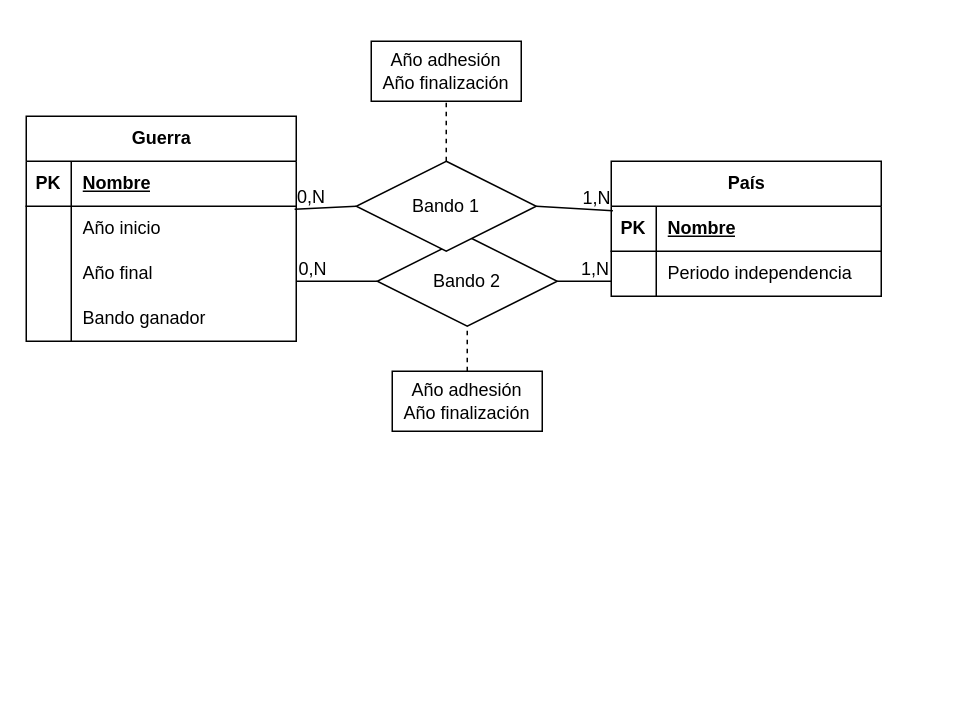
Above: Ejercicio_4_Guerras.drawio in BasementHalfStackDev/ejercicios-ud12 (draw.io), before the change. Source tidied: cells renumbered, new cells numbered last; positions are measured from the earlier drawing's top-left corner, leaving out a move shared by most shapes. Both pictures are drawn from the tidied source at 150%, with x=0, y=0 at pixel (26, 40).
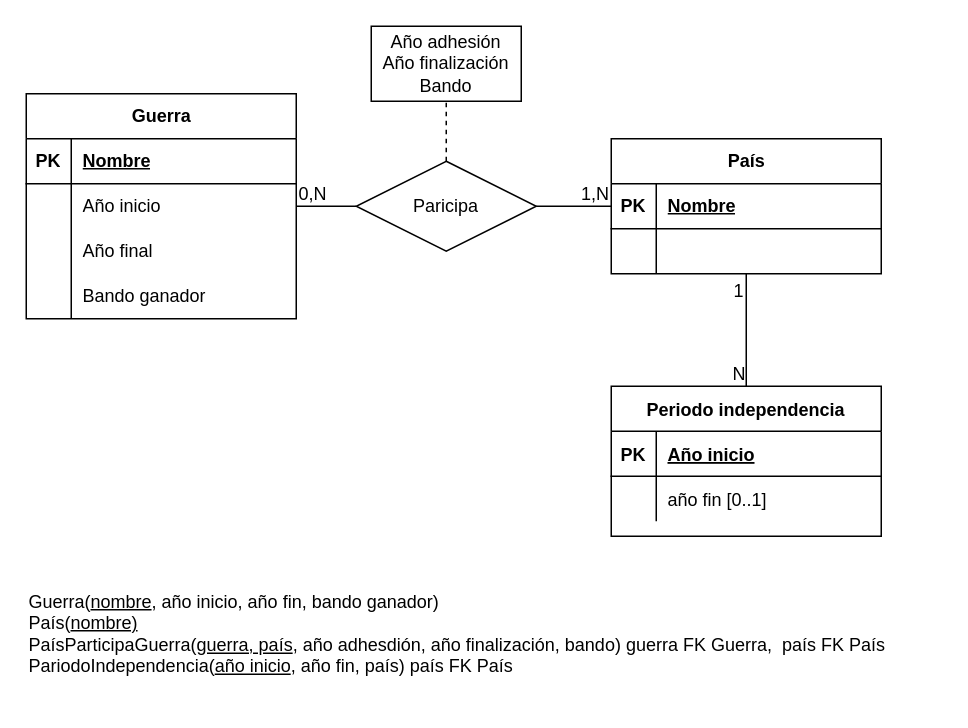
After the change.

The change refers to these unchanged cells:
```xml
<mxCell id="6" style="shape=tableRow;horizontal=0;startSize=0;swimlaneHead=0;swimlaneBody=0;fillColor=none;points=[[0,0.5],[1,0.5]];portConstraint=eastwest;top=0;left=0;right=0;bottom=0;" parent="2" vertex="1">
  <mxGeometry y="60" width="180" height="30" as="geometry" />
</mxCell>
<mxCell id="16" style="shape=tableRow;horizontal=0;startSize=0;swimlaneHead=0;swimlaneBody=0;fillColor=none;points=[[0,0.5],[1,0.5]];portConstraint=eastwest;top=0;left=0;right=0;bottom=1;" parent="15" vertex="1">
  <mxGeometry y="30" width="180" height="30" as="geometry" />
</mxCell>
<mxCell id="19" style="shape=tableRow;horizontal=0;startSize=0;swimlaneHead=0;swimlaneBody=0;fillColor=none;top=0;left=0;right=0;bottom=0;" parent="15" vertex="1">
  <mxGeometry y="60" width="180" height="30" as="geometry" />
</mxCell>
```

Change to the diagram source:
```diff
@@
     <mxCell id="2" value="Guerra" style="shape=table;startSize=30;childLayout=tableLayout;rowLines=0;fontStyle=1;align=center;html=1;" parent="1" vertex="1">
-      <mxGeometry y="50" width="180" height="150" as="geometry" />
+      <mxGeometry y="35" width="180" height="150" as="geometry" />
     </mxCell>
@@
     <mxCell id="15" value="País" style="shape=table;startSize=30;childLayout=tableLayout;rowLines=0;fontStyle=1;align=center;html=1;" parent="1" vertex="1">
-      <mxGeometry x="390" y="80" width="180" height="90" as="geometry" />
+      <mxGeometry x="390" y="65" width="180" height="90" as="geometry" />
     </mxCell>
@@
-    <mxCell id="21" value="Periodo independencia" style="shape=partialRectangle;fillColor=none;top=0;left=0;bottom=0;right=0;align=left;spacingLeft=6;overflow=hidden;whiteSpace=wrap;html=1;" parent="19" vertex="1">
+    <mxCell id="21" style="shape=partialRectangle;fillColor=none;top=0;left=0;bottom=0;right=0;align=left;spacingLeft=6;overflow=hidden;whiteSpace=wrap;html=1;" parent="19" vertex="1">
       <mxGeometry x="30" width="150" height="30" as="geometry" />
     </mxCell>
-    <mxCell id="22" style="endArrow=none;html=1;rounded=0;entryX=0.006;entryY=0.1;entryDx=0;entryDy=0;exitX=1;exitY=0.5;exitDx=0;exitDy=0;entryPerimeter=0;" parent="1" edge="1" source="31" target="16">
+    <mxCell id="22" style="endArrow=none;html=1;rounded=0;exitX=1;exitY=0.5;exitDx=0;exitDy=0;" parent="1" edge="1" source="31" target="15">
       <mxGeometry relative="1" as="geometry" />
     </mxCell>
@@
-    <mxCell id="24" style="endArrow=none;html=1;rounded=0;entryX=0;entryY=0.5;entryDx=0;entryDy=0;exitX=1;exitY=0.5;exitDx=0;exitDy=0;" parent="1" edge="1" source="28">
-      <mxGeometry relative="1" as="geometry">
-        <mxPoint x="390" y="160" as="targetPoint" />
-      </mxGeometry>
-    </mxCell>
-    <mxCell id="25" value="1,N" style="html=1;whiteSpace=wrap;align=right;verticalAlign=bottom;" parent="24" vertex="1">
-      <mxGeometry x="1" relative="1" as="geometry" />
-    </mxCell>
-    <mxCell id="26" style="endArrow=none;html=1;rounded=0;entryX=0;entryY=0.5;entryDx=0;entryDy=0;exitX=1;exitY=0.5;exitDx=0;exitDy=0;" parent="1" edge="1" target="28">
-      <mxGeometry relative="1" as="geometry">
-        <mxPoint x="180" y="160" as="sourcePoint" />
-      </mxGeometry>
-    </mxCell>
-    <mxCell id="27" value="0,N" style="html=1;whiteSpace=wrap;align=left;verticalAlign=bottom;" parent="26" vertex="1">
-      <mxGeometry x="-1" relative="1" as="geometry" />
-    </mxCell>
-    <mxCell id="28" value="Bando 2" style="shape=rhombus;perimeter=rhombusPerimeter;whiteSpace=wrap;html=1;align=center;" parent="1" vertex="1">
-      <mxGeometry x="234" y="130" width="120" height="60" as="geometry" />
-    </mxCell>
-    <mxCell id="29" style="endArrow=none;html=1;rounded=0;entryX=0;entryY=0.5;entryDx=0;entryDy=0;exitX=0.994;exitY=0.067;exitDx=0;exitDy=0;exitPerimeter=0;" parent="1" edge="1" source="6" target="31">
+    <mxCell id="29" style="endArrow=none;html=1;rounded=0;entryX=0;entryY=0.5;entryDx=0;entryDy=0;" parent="1" edge="1" source="2" target="31">
       <mxGeometry relative="1" as="geometry" />
     </mxCell>
@@
-    <mxCell id="31" value="Bando 1" style="shape=rhombus;perimeter=rhombusPerimeter;whiteSpace=wrap;html=1;align=center;" parent="1" vertex="1">
+    <mxCell id="31" value="Paricipa" style="shape=rhombus;perimeter=rhombusPerimeter;whiteSpace=wrap;html=1;align=center;" parent="1" vertex="1">
       <mxGeometry x="220" y="80" width="120" height="60" as="geometry" />
     </mxCell>
-    <mxCell id="32" value="Año adhesión&lt;br&gt;Año finalización" style="whiteSpace=wrap;html=1;align=center;" parent="1" vertex="1">
-      <mxGeometry x="244" y="220" width="100" height="40" as="geometry" />
-    </mxCell>
-    <mxCell id="33" value="Año adhesión&lt;br&gt;Año finalización" style="whiteSpace=wrap;html=1;align=center;" parent="1" vertex="1">
-      <mxGeometry x="230" width="100" height="40" as="geometry" />
+    <mxCell id="33" value="Año adhesión&lt;br&gt;Año finalización&lt;br&gt;Bando" style="whiteSpace=wrap;html=1;align=center;" parent="1" vertex="1">
+      <mxGeometry x="230" y="-10" width="100" height="50" as="geometry" />
     </mxCell>
@@
-    <mxCell id="35" style="endArrow=none;dashed=1;html=1;rounded=0;" parent="1" edge="1" source="32" target="28">
-      <mxGeometry relative="1" as="geometry" />
-    </mxCell>
+    <mxCell id="36" value="Periodo independencia" style="shape=table;startSize=30;childLayout=tableLayout;rowLines=0;fontStyle=1;align=center;" parent="1" vertex="1">
+      <mxGeometry x="390" y="230" width="180" height="100" as="geometry" />
+    </mxCell>
+    <mxCell id="37" style="shape=tableRow;horizontal=0;startSize=0;swimlaneHead=0;swimlaneBody=0;fillColor=none;top=0;left=0;right=0;bottom=1;" parent="36" vertex="1">
+      <mxGeometry y="30" width="180" height="30" as="geometry" />
+    </mxCell>
+    <mxCell id="38" value="PK" style="shape=partialRectangle;fillColor=none;top=0;left=0;bottom=0;right=0;fontStyle=1;overflow=hidden;" parent="37" vertex="1">
+      <mxGeometry width="30" height="30" as="geometry" />
+    </mxCell>
+    <mxCell id="39" value="Año inicio" style="shape=partialRectangle;fillColor=none;top=0;left=0;bottom=0;right=0;align=left;spacingLeft=6;fontStyle=5;overflow=hidden;" parent="37" vertex="1">
+      <mxGeometry x="30" width="150" height="30" as="geometry" />
+    </mxCell>
+    <mxCell id="40" style="shape=tableRow;horizontal=0;startSize=0;swimlaneHead=0;swimlaneBody=0;fillColor=none;top=0;left=0;right=0;bottom=0;" parent="36" vertex="1">
+      <mxGeometry y="60" width="180" height="30" as="geometry" />
+    </mxCell>
+    <mxCell id="41" style="shape=partialRectangle;fillColor=none;top=0;left=0;bottom=0;right=0;overflow=hidden;" parent="40" vertex="1">
+      <mxGeometry width="30" height="30" as="geometry" />
+    </mxCell>
+    <mxCell id="42" value="año fin [0..1]" style="shape=partialRectangle;fillColor=none;top=0;left=0;bottom=0;right=0;align=left;spacingLeft=6;overflow=hidden;" parent="40" vertex="1">
+      <mxGeometry x="30" width="150" height="30" as="geometry" />
+    </mxCell>
+    <mxCell id="43" style="endArrow=none;html=1;rounded=0;" parent="1" edge="1" source="15" target="36">
+      <mxGeometry relative="1" as="geometry" />
+    </mxCell>
+    <mxCell id="44" value="1" style="html=1;align=left;verticalAlign=bottom;" parent="43" vertex="1">
+      <mxGeometry x="-1" relative="1" as="geometry">
+        <mxPoint x="-10" y="20" as="offset" />
+      </mxGeometry>
+    </mxCell>
+    <mxCell id="45" value="N" style="html=1;align=right;verticalAlign=bottom;" parent="43" vertex="1">
+      <mxGeometry x="1" relative="1" as="geometry" />
+    </mxCell>
+    <mxCell id="46" value="Guerra(&lt;u&gt;nombre&lt;/u&gt;, año inicio, año fin, bando ganador)&lt;br&gt;País(&lt;u&gt;nombre)&lt;br&gt;&lt;/u&gt;PaísParticipaGuerra(&lt;u&gt;guerra, país&lt;/u&gt;, año adhesdión, año finalización, bando) guerra FK Guerra,&amp;nbsp; país FK País&lt;br&gt;PariodoIndependencia(&lt;u&gt;año inicio&lt;/u&gt;, año fin, país) país FK País" style="text;html=1;strokeColor=none;fillColor=none;align=left;verticalAlign=middle;whiteSpace=wrap;rounded=0;" parent="1" vertex="1">
+      <mxGeometry y="350" width="610" height="90" as="geometry" />
+    </mxCell>
```
